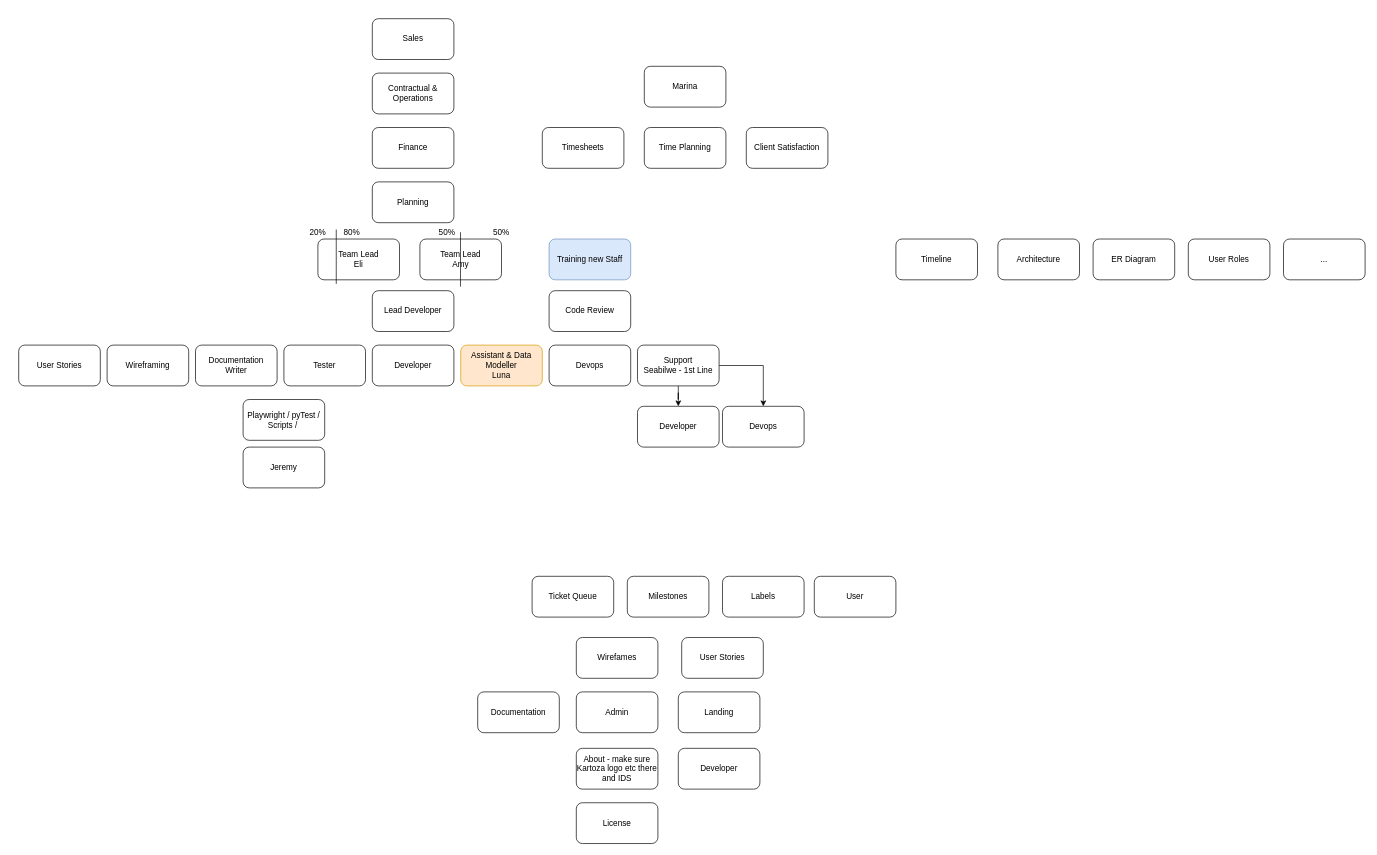
The draw.io diagram docs/src/img/ProjectPlanning.drawio in kartoza/TheKartozaHandbook, before the edit. Source tidied: cells renumbered, new cells numbered last; positions are measured from the earlier drawing's top-left corner, leaving out a move shared by most shapes. Both pictures are drawn from the tidied source at 68%, with x=0, y=0 at pixel (18, 18).
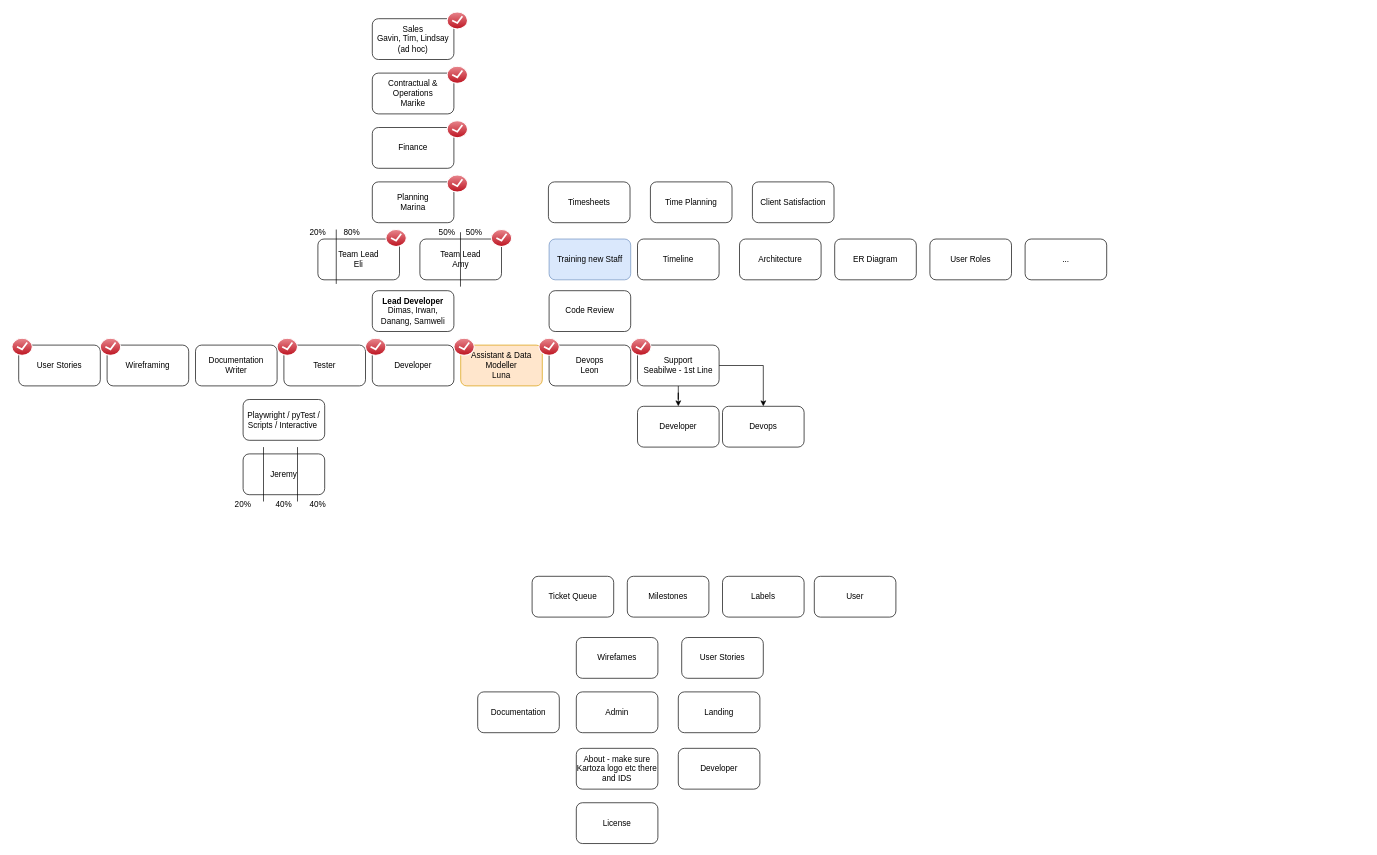
After the change.

Diff of the diagram source:
```diff
@@
-    <mxCell id="2" value="Sales" style="rounded=1;whiteSpace=wrap;html=1;" parent="1" vertex="1">
+    <mxCell id="2" value="Sales&lt;br&gt;Gavin, Tim, Lindsay (ad hoc)" style="rounded=1;whiteSpace=wrap;html=1;" parent="1" vertex="1">
       <mxGeometry x="520" width="120" height="60" as="geometry" />
     </mxCell>
-    <mxCell id="3" value="Contractual &amp;amp; Operations" style="rounded=1;whiteSpace=wrap;html=1;" parent="1" vertex="1">
+    <mxCell id="3" value="Contractual &amp;amp; Operations&lt;br&gt;Marike" style="rounded=1;whiteSpace=wrap;html=1;" parent="1" vertex="1">
       <mxGeometry x="520" y="80" width="120" height="60" as="geometry" />
     </mxCell>
@@
-    <mxCell id="5" value="Planning" style="rounded=1;whiteSpace=wrap;html=1;" parent="1" vertex="1">
+    <mxCell id="5" value="Planning&lt;br&gt;Marina" style="rounded=1;whiteSpace=wrap;html=1;" parent="1" vertex="1">
       <mxGeometry x="520" y="240" width="120" height="60" as="geometry" />
     </mxCell>
@@
     <mxCell id="9" value="Architecture" style="rounded=1;whiteSpace=wrap;html=1;" parent="1" vertex="1">
-      <mxGeometry x="1440" y="324" width="120" height="60" as="geometry" />
+      <mxGeometry x="1060" y="324" width="120" height="60" as="geometry" />
     </mxCell>
     <mxCell id="10" value="Timeline" style="rounded=1;whiteSpace=wrap;html=1;" parent="1" vertex="1">
-      <mxGeometry x="1290" y="324" width="120" height="60" as="geometry" />
+      <mxGeometry x="910" y="324" width="120" height="60" as="geometry" />
     </mxCell>
     <mxCell id="11" value="User Roles" style="rounded=1;whiteSpace=wrap;html=1;" parent="1" vertex="1">
-      <mxGeometry x="1720" y="324" width="120" height="60" as="geometry" />
+      <mxGeometry x="1340" y="324" width="120" height="60" as="geometry" />
     </mxCell>
     <mxCell id="12" value="ER Diagram" style="rounded=1;whiteSpace=wrap;html=1;" parent="1" vertex="1">
-      <mxGeometry x="1580" y="324" width="120" height="60" as="geometry" />
+      <mxGeometry x="1200" y="324" width="120" height="60" as="geometry" />
     </mxCell>
@@
     <mxCell id="14" value="..." style="rounded=1;whiteSpace=wrap;html=1;" parent="1" vertex="1">
-      <mxGeometry x="1860" y="324" width="120" height="60" as="geometry" />
+      <mxGeometry x="1480" y="324" width="120" height="60" as="geometry" />
     </mxCell>
-    <mxCell id="15" value="Lead Developer" style="rounded=1;whiteSpace=wrap;html=1;" parent="1" vertex="1">
+    <mxCell id="15" value="&lt;b&gt;Lead Developer&lt;br&gt;&lt;/b&gt;Dimas, Irwan, Danang, Samweli" style="rounded=1;whiteSpace=wrap;html=1;" parent="1" vertex="1">
       <mxGeometry x="520" y="400" width="120" height="60" as="geometry" />
     </mxCell>
@@
-    <mxCell id="25" value="Devops" style="rounded=1;whiteSpace=wrap;html=1;" parent="1" vertex="1">
+    <mxCell id="25" value="Devops&lt;br&gt;Leon" style="rounded=1;whiteSpace=wrap;html=1;" parent="1" vertex="1">
       <mxGeometry x="780" y="480" width="120" height="60" as="geometry" />
     </mxCell>
@@
     <mxCell id="29" value="Timesheets" style="rounded=1;whiteSpace=wrap;html=1;" parent="1" vertex="1">
-      <mxGeometry x="770" y="160" width="120" height="60" as="geometry" />
+      <mxGeometry x="779" y="240" width="120" height="60" as="geometry" />
     </mxCell>
     <mxCell id="30" value="Time Planning" style="rounded=1;whiteSpace=wrap;html=1;" parent="1" vertex="1">
-      <mxGeometry x="920" y="160" width="120" height="60" as="geometry" />
+      <mxGeometry x="929" y="240" width="120" height="60" as="geometry" />
     </mxCell>
     <mxCell id="31" value="Client Satisfaction" style="rounded=1;whiteSpace=wrap;html=1;" parent="1" vertex="1">
-      <mxGeometry x="1070" y="160" width="120" height="60" as="geometry" />
+      <mxGeometry x="1079" y="240" width="120" height="60" as="geometry" />
     </mxCell>
-    <mxCell id="32" value="Marina" style="rounded=1;whiteSpace=wrap;html=1;" parent="1" vertex="1">
-      <mxGeometry x="920" y="70" width="120" height="60" as="geometry" />
-    </mxCell>
@@
     <mxCell id="35" value="Jeremy" style="rounded=1;whiteSpace=wrap;html=1;" parent="1" vertex="1">
-      <mxGeometry x="330" y="630" width="120" height="60" as="geometry" />
+      <mxGeometry x="330" y="640" width="120" height="60" as="geometry" />
     </mxCell>
-    <mxCell id="36" value="Playwright / pyTest / Scripts /&amp;nbsp;" style="rounded=1;whiteSpace=wrap;html=1;" parent="1" vertex="1">
+    <mxCell id="36" value="Playwright / pyTest / Scripts / Interactive&amp;nbsp;" style="rounded=1;whiteSpace=wrap;html=1;" parent="1" vertex="1">
       <mxGeometry x="330" y="560" width="120" height="60" as="geometry" />
     </mxCell>
@@
     <mxCell id="43" value="50%" style="text;html=1;strokeColor=none;fillColor=none;align=center;verticalAlign=middle;whiteSpace=wrap;rounded=0;" parent="1" vertex="1">
-      <mxGeometry x="680" y="300" width="60" height="30" as="geometry" />
+      <mxGeometry x="640" y="300" width="60" height="30" as="geometry" />
     </mxCell>
@@
+    <mxCell id="52" style="endArrow=none;html=1;rounded=0;" parent="1" edge="1">
+      <mxGeometry relative="1" as="geometry">
+        <mxPoint x="360" y="710" as="sourcePoint" />
+        <mxPoint x="360" y="630" as="targetPoint" />
+      </mxGeometry>
+    </mxCell>
+    <mxCell id="53" style="endArrow=none;html=1;rounded=0;" parent="1" edge="1">
+      <mxGeometry relative="1" as="geometry">
+        <mxPoint x="410" y="710" as="sourcePoint" />
+        <mxPoint x="410" y="630" as="targetPoint" />
+      </mxGeometry>
+    </mxCell>
+    <mxCell id="54" value="40%" style="text;html=1;strokeColor=none;fillColor=none;align=center;verticalAlign=middle;whiteSpace=wrap;rounded=0;" parent="1" vertex="1">
+      <mxGeometry x="410" y="700" width="60" height="30" as="geometry" />
+    </mxCell>
+    <mxCell id="55" value="40%" style="text;html=1;strokeColor=none;fillColor=none;align=center;verticalAlign=middle;whiteSpace=wrap;rounded=0;" parent="1" vertex="1">
+      <mxGeometry x="360" y="700" width="60" height="30" as="geometry" />
+    </mxCell>
+    <mxCell id="56" value="20%" style="text;html=1;strokeColor=none;fillColor=none;align=center;verticalAlign=middle;whiteSpace=wrap;rounded=0;" parent="1" vertex="1">
+      <mxGeometry x="300" y="700" width="60" height="30" as="geometry" />
+    </mxCell>
+    <mxCell id="57" style="verticalLabelPosition=bottom;verticalAlign=top;html=1;shadow=0;dashed=0;strokeWidth=1;shape=mxgraph.ios.iCheckIcon;fillColor=#e8878E;fillColor2=#BD1421;strokeColor=#ffffff;sketch=0;" parent="1" vertex="1">
+      <mxGeometry x="-10" y="470" width="30" height="25" as="geometry" />
+    </mxCell>
+    <mxCell id="58" style="verticalLabelPosition=bottom;verticalAlign=top;html=1;shadow=0;dashed=0;strokeWidth=1;shape=mxgraph.ios.iCheckIcon;fillColor=#e8878E;fillColor2=#BD1421;strokeColor=#ffffff;sketch=0;" parent="1" vertex="1">
+      <mxGeometry x="120" y="470" width="30" height="25" as="geometry" />
+    </mxCell>
+    <mxCell id="59" style="verticalLabelPosition=bottom;verticalAlign=top;html=1;shadow=0;dashed=0;strokeWidth=1;shape=mxgraph.ios.iCheckIcon;fillColor=#e8878E;fillColor2=#BD1421;strokeColor=#ffffff;sketch=0;" parent="1" vertex="1">
+      <mxGeometry x="380" y="470" width="30" height="25" as="geometry" />
+    </mxCell>
+    <mxCell id="60" style="verticalLabelPosition=bottom;verticalAlign=top;html=1;shadow=0;dashed=0;strokeWidth=1;shape=mxgraph.ios.iCheckIcon;fillColor=#e8878E;fillColor2=#BD1421;strokeColor=#ffffff;sketch=0;" parent="1" vertex="1">
+      <mxGeometry x="510" y="470" width="30" height="25" as="geometry" />
+    </mxCell>
+    <mxCell id="61" style="verticalLabelPosition=bottom;verticalAlign=top;html=1;shadow=0;dashed=0;strokeWidth=1;shape=mxgraph.ios.iCheckIcon;fillColor=#e8878E;fillColor2=#BD1421;strokeColor=#ffffff;sketch=0;" parent="1" vertex="1">
+      <mxGeometry x="640" y="470" width="30" height="25" as="geometry" />
+    </mxCell>
+    <mxCell id="62" style="verticalLabelPosition=bottom;verticalAlign=top;html=1;shadow=0;dashed=0;strokeWidth=1;shape=mxgraph.ios.iCheckIcon;fillColor=#e8878E;fillColor2=#BD1421;strokeColor=#ffffff;sketch=0;" parent="1" vertex="1">
+      <mxGeometry x="765" y="470" width="30" height="25" as="geometry" />
+    </mxCell>
+    <mxCell id="63" style="verticalLabelPosition=bottom;verticalAlign=top;html=1;shadow=0;dashed=0;strokeWidth=1;shape=mxgraph.ios.iCheckIcon;fillColor=#e8878E;fillColor2=#BD1421;strokeColor=#ffffff;sketch=0;" parent="1" vertex="1">
+      <mxGeometry x="900" y="470" width="30" height="25" as="geometry" />
+    </mxCell>
+    <mxCell id="64" style="verticalLabelPosition=bottom;verticalAlign=top;html=1;shadow=0;dashed=0;strokeWidth=1;shape=mxgraph.ios.iCheckIcon;fillColor=#e8878E;fillColor2=#BD1421;strokeColor=#ffffff;sketch=0;" parent="1" vertex="1">
+      <mxGeometry x="540" y="310" width="30" height="25" as="geometry" />
+    </mxCell>
+    <mxCell id="65" style="verticalLabelPosition=bottom;verticalAlign=top;html=1;shadow=0;dashed=0;strokeWidth=1;shape=mxgraph.ios.iCheckIcon;fillColor=#e8878E;fillColor2=#BD1421;strokeColor=#ffffff;sketch=0;" parent="1" vertex="1">
+      <mxGeometry x="695" y="310" width="30" height="25" as="geometry" />
+    </mxCell>
+    <mxCell id="66" style="verticalLabelPosition=bottom;verticalAlign=top;html=1;shadow=0;dashed=0;strokeWidth=1;shape=mxgraph.ios.iCheckIcon;fillColor=#e8878E;fillColor2=#BD1421;strokeColor=#ffffff;sketch=0;" parent="1" vertex="1">
+      <mxGeometry x="630" y="230" width="30" height="25" as="geometry" />
+    </mxCell>
+    <mxCell id="67" style="verticalLabelPosition=bottom;verticalAlign=top;html=1;shadow=0;dashed=0;strokeWidth=1;shape=mxgraph.ios.iCheckIcon;fillColor=#e8878E;fillColor2=#BD1421;strokeColor=#ffffff;sketch=0;" parent="1" vertex="1">
+      <mxGeometry x="630" y="150" width="30" height="25" as="geometry" />
+    </mxCell>
+    <mxCell id="68" style="verticalLabelPosition=bottom;verticalAlign=top;html=1;shadow=0;dashed=0;strokeWidth=1;shape=mxgraph.ios.iCheckIcon;fillColor=#e8878E;fillColor2=#BD1421;strokeColor=#ffffff;sketch=0;" parent="1" vertex="1">
+      <mxGeometry x="630" y="70" width="30" height="25" as="geometry" />
+    </mxCell>
+    <mxCell id="69" style="verticalLabelPosition=bottom;verticalAlign=top;html=1;shadow=0;dashed=0;strokeWidth=1;shape=mxgraph.ios.iCheckIcon;fillColor=#e8878E;fillColor2=#BD1421;strokeColor=#ffffff;sketch=0;" parent="1" vertex="1">
+      <mxGeometry x="630" y="-10" width="30" height="25" as="geometry" />
+    </mxCell>
```
